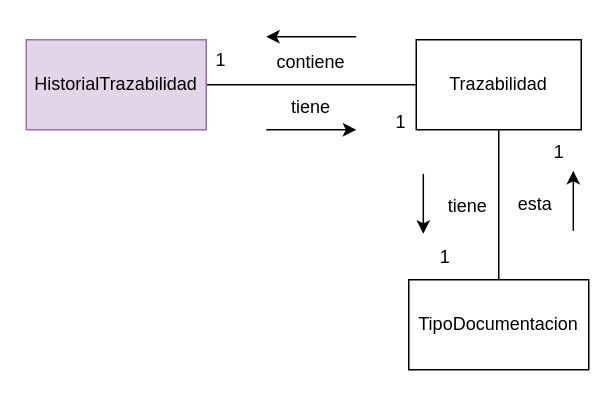
Before: page "AnemicModelTraceability" (8 of 13) of CoTasker_BoundedContext.drawio in Migue1409-KP/DOO-working-group, a draw.io diagram. Source tidied: cells renumbered, new cells numbered last; positions are measured from the earlier drawing's top-left corner, leaving out a move shared by most shapes. Both pictures are drawn from the tidied source at 150%, with x=0, y=0 at pixel (26, 36).
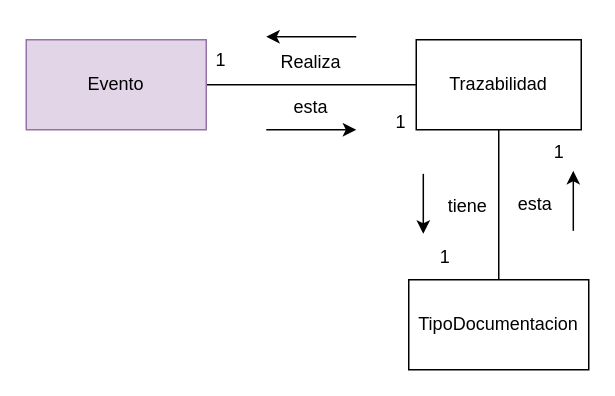
After the change.

Commit message:
Actualizar trazabilidad

Change to the diagram source:
```diff
@@
-    <mxCell id="5" value="HistorialTrazabilidad" style="rounded=0;whiteSpace=wrap;html=1;fillColor=#e1d5e7;strokeColor=#9673a6;" parent="1" vertex="1">
+    <mxCell id="5" value="Evento" style="rounded=0;whiteSpace=wrap;html=1;fillColor=#e1d5e7;strokeColor=#9673a6;" parent="1" vertex="1">
       <mxGeometry y="2" width="120" height="60" as="geometry" />
     </mxCell>
@@
-    <mxCell id="8" value="tiene" style="text;html=1;strokeColor=none;fillColor=none;align=center;verticalAlign=middle;whiteSpace=wrap;rounded=0;" parent="1" vertex="1">
+    <mxCell id="8" value="esta" style="text;html=1;strokeColor=none;fillColor=none;align=center;verticalAlign=middle;whiteSpace=wrap;rounded=0;" parent="1" vertex="1">
       <mxGeometry x="160" y="32" width="60" height="30" as="geometry" />
     </mxCell>
-    <mxCell id="9" value="contiene" style="text;html=1;strokeColor=none;fillColor=none;align=center;verticalAlign=middle;whiteSpace=wrap;rounded=0;" parent="1" vertex="1">
+    <mxCell id="9" value="Realiza" style="text;html=1;strokeColor=none;fillColor=none;align=center;verticalAlign=middle;whiteSpace=wrap;rounded=0;" parent="1" vertex="1">
       <mxGeometry x="160" y="2" width="60" height="30" as="geometry" />
     </mxCell>
```
